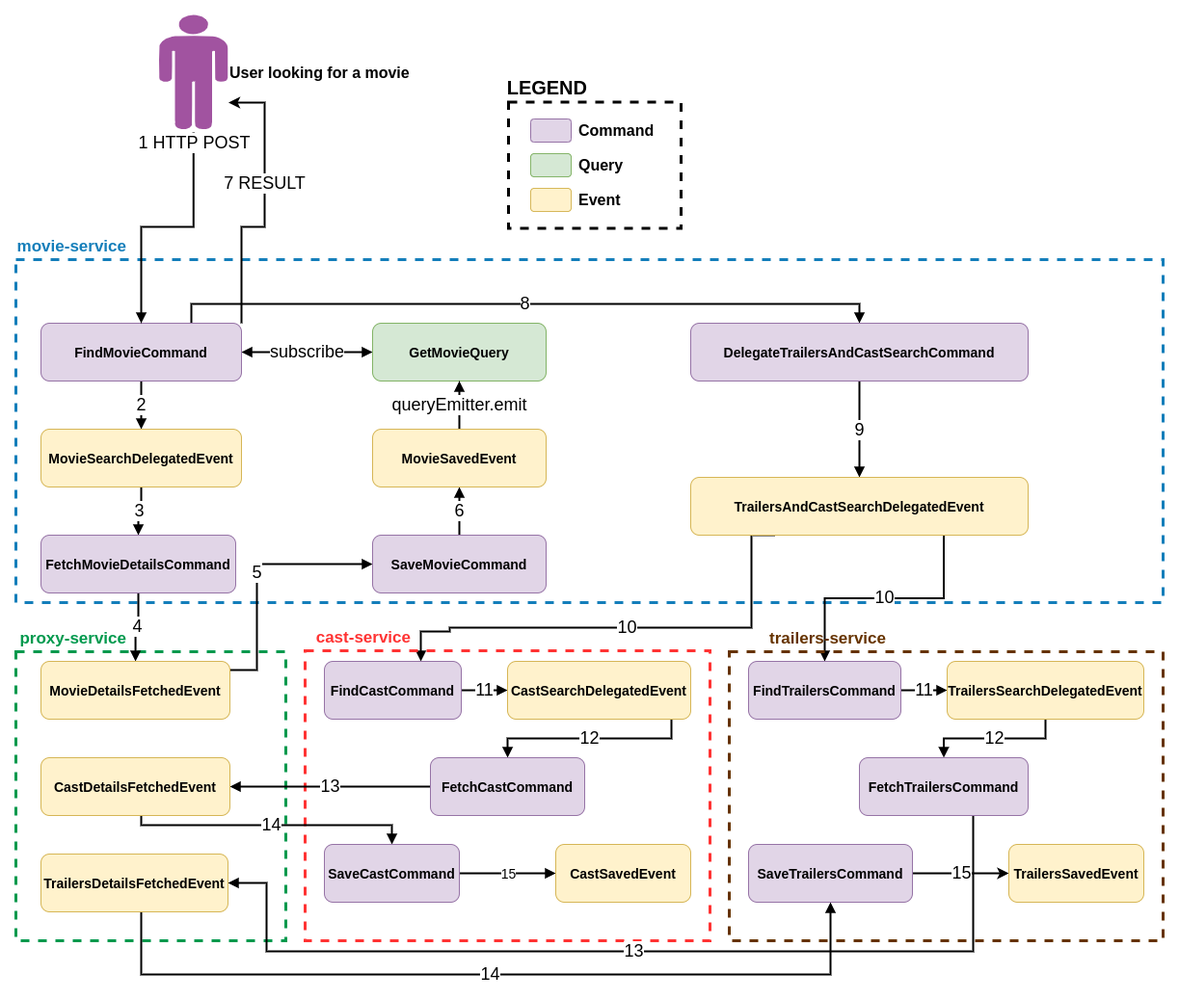
Consdata/consdata.github.io keeps this draw.io diagram as assets/img/posts/2020-05-11-microservices-on-axon/flowchart.png. Above is the earlier version. Source tidied: cells renumbered, new cells last; positions are measured from the earlier drawing's top-left corner, leaving out a move shared by most shapes.
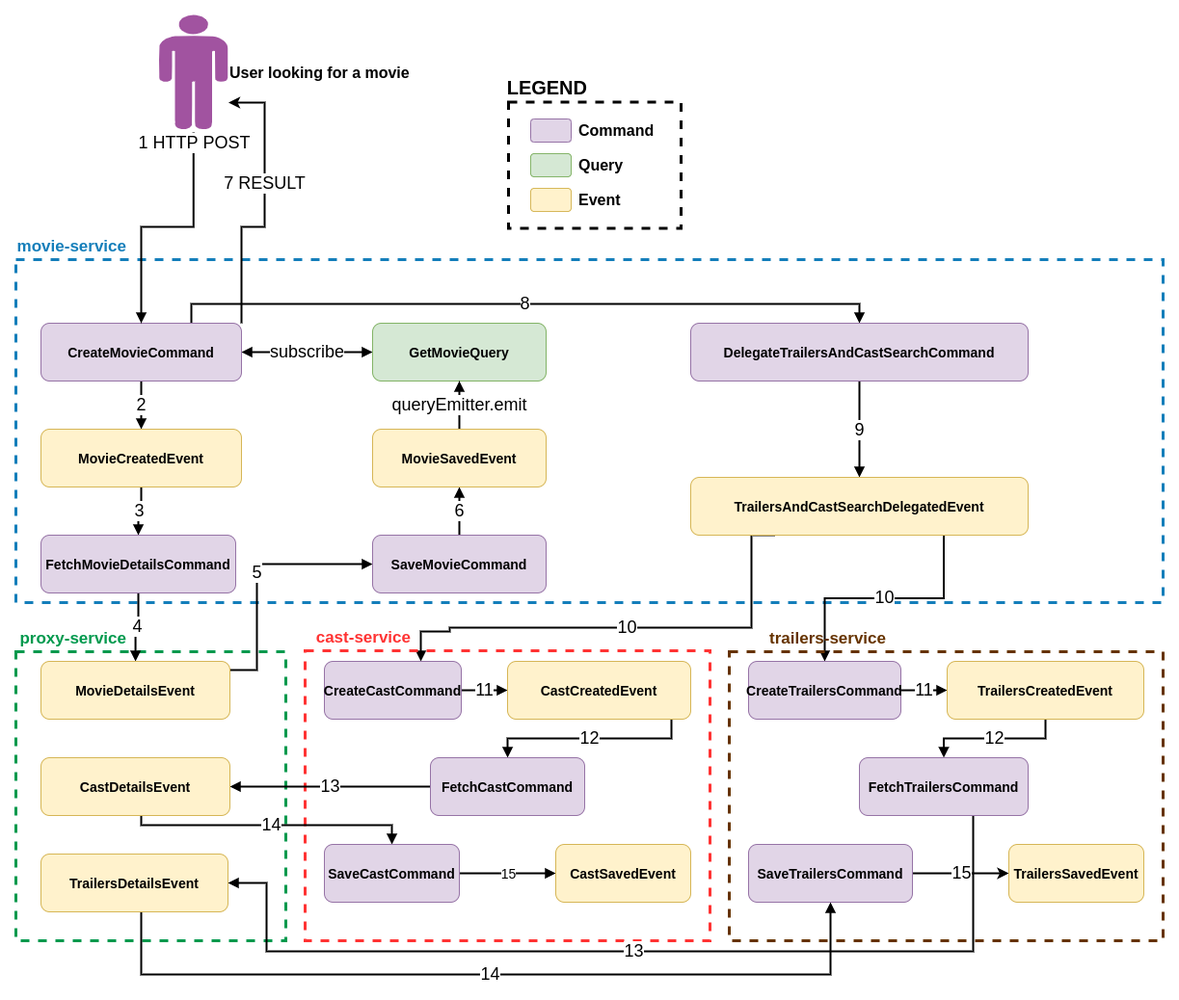
The same diagram one commit later.

Commit message:
Poprawiona wersja diagramu

Diff of the diagram source:
```diff
@@ -29,7 +29,7 @@
         </Array>
       </mxGeometry>
     </mxCell>
-    <mxCell id="9" value="FindMovieCommand" style="rounded=1;whiteSpace=wrap;html=1;fontSize=14;glass=0;strokeWidth=1;shadow=0;fillColor=#e1d5e7;strokeColor=#9673a6;fontStyle=1;" parent="1" vertex="1">
+    <mxCell id="9" value="CreateMovieCommand" style="rounded=1;whiteSpace=wrap;html=1;fontSize=14;glass=0;strokeWidth=1;shadow=0;fillColor=#e1d5e7;strokeColor=#9673a6;fontStyle=1;" parent="1" vertex="1">
       <mxGeometry x="26" y="320" width="208" height="60" as="geometry" />
     </mxCell>
     <mxCell id="10" style="edgeStyle=orthogonalEdgeStyle;rounded=0;jettySize=auto;html=1;entryX=0.5;entryY=0;entryDx=0;entryDy=0;endArrow=block;endFill=1;exitX=0.504;exitY=1.017;exitDx=0;exitDy=0;exitPerimeter=0;strokeWidth=2;fontSize=12;" parent="1" edge="1" source="52" target="9">
@@ -46,7 +46,7 @@
     <mxCell id="13" value="3" style="edgeStyle=orthogonalEdgeStyle;rounded=0;jettySize=auto;html=1;startArrow=none;startFill=0;endArrow=block;endFill=1;fontSize=18;strokeWidth=2;" parent="1" edge="1" source="14" target="16">
       <mxGeometry relative="1" as="geometry" />
     </mxCell>
-    <mxCell id="14" value="MovieSearchDelegatedEvent" style="rounded=1;whiteSpace=wrap;html=1;fontSize=14;glass=0;strokeWidth=1;shadow=0;fillColor=#fff2cc;strokeColor=#d6b656;fontStyle=1;" parent="1" vertex="1">
+    <mxCell id="14" value="MovieCreatedEvent" style="rounded=1;whiteSpace=wrap;html=1;fontSize=14;glass=0;strokeWidth=1;shadow=0;fillColor=#fff2cc;strokeColor=#d6b656;fontStyle=1;" parent="1" vertex="1">
       <mxGeometry x="26" y="430" width="208" height="60" as="geometry" />
     </mxCell>
     <mxCell id="15" value="4" style="edgeStyle=orthogonalEdgeStyle;rounded=0;jettySize=auto;html=1;startArrow=none;startFill=0;endArrow=block;endFill=1;fontSize=18;strokeWidth=2;" parent="1" edge="1" source="16" target="18">
@@ -63,7 +63,7 @@
         </Array>
       </mxGeometry>
     </mxCell>
-    <mxCell id="18" value="MovieDetailsFetchedEvent" style="rounded=1;whiteSpace=wrap;html=1;fontSize=14;glass=0;strokeWidth=1;shadow=0;fillColor=#fff2cc;strokeColor=#d6b656;fontStyle=1;" parent="1" vertex="1">
+    <mxCell id="18" value="MovieDetailsEvent" style="rounded=1;whiteSpace=wrap;html=1;fontSize=14;glass=0;strokeWidth=1;shadow=0;fillColor=#fff2cc;strokeColor=#d6b656;fontStyle=1;" parent="1" vertex="1">
       <mxGeometry x="26" y="671" width="196" height="60" as="geometry" />
     </mxCell>
     <mxCell id="19" value="6" style="edgeStyle=orthogonalEdgeStyle;rounded=0;jettySize=auto;html=1;entryX=0.5;entryY=1;entryDx=0;entryDy=0;startArrow=none;startFill=0;endArrow=block;endFill=1;fontSize=18;fontColor=#000000;strokeWidth=2;" parent="1" edge="1" source="20" target="22">
@@ -109,13 +109,13 @@
     <mxCell id="30" value="11" style="edgeStyle=orthogonalEdgeStyle;rounded=0;jettySize=auto;html=1;startArrow=none;startFill=0;endArrow=block;endFill=1;fontSize=18;fontColor=#000000;strokeWidth=2;" parent="1" edge="1" source="31" target="37">
       <mxGeometry relative="1" as="geometry" />
     </mxCell>
-    <mxCell id="31" value="FindTrailersCommand" style="rounded=1;whiteSpace=wrap;html=1;fontSize=14;glass=0;strokeWidth=1;shadow=0;fillColor=#e1d5e7;strokeColor=#9673a6;fontStyle=1;" parent="1" vertex="1">
+    <mxCell id="31" value="CreateTrailersCommand" style="rounded=1;whiteSpace=wrap;html=1;fontSize=14;glass=0;strokeWidth=1;shadow=0;fillColor=#e1d5e7;strokeColor=#9673a6;fontStyle=1;" parent="1" vertex="1">
       <mxGeometry x="760" y="671" width="158" height="60" as="geometry" />
     </mxCell>
     <mxCell id="32" value="11" style="edgeStyle=orthogonalEdgeStyle;rounded=0;jettySize=auto;html=1;startArrow=none;startFill=0;endArrow=block;endFill=1;fontSize=18;fontColor=#000000;strokeWidth=2;" parent="1" edge="1" source="33" target="35">
       <mxGeometry relative="1" as="geometry" />
     </mxCell>
-    <mxCell id="33" value="FindCastCommand" style="rounded=1;whiteSpace=wrap;html=1;fontSize=14;glass=0;strokeWidth=1;shadow=0;fillColor=#e1d5e7;strokeColor=#9673a6;fontStyle=1;" parent="1" vertex="1">
+    <mxCell id="33" value="CreateCastCommand" style="rounded=1;whiteSpace=wrap;html=1;fontSize=14;glass=0;strokeWidth=1;shadow=0;fillColor=#e1d5e7;strokeColor=#9673a6;fontStyle=1;" parent="1" vertex="1">
       <mxGeometry x="320" y="671" width="142" height="60" as="geometry" />
     </mxCell>
     <mxCell id="34" value="12" style="edgeStyle=orthogonalEdgeStyle;rounded=0;jettySize=auto;html=1;startArrow=none;startFill=0;endArrow=block;endFill=1;fontSize=18;fontColor=#000000;strokeWidth=2;" parent="1" edge="1" source="35" target="39">
@@ -126,13 +126,13 @@
         </Array>
       </mxGeometry>
     </mxCell>
-    <mxCell id="35" value="CastSearchDelegatedEvent" style="rounded=1;whiteSpace=wrap;html=1;fontSize=14;glass=0;strokeWidth=1;shadow=0;fillColor=#fff2cc;strokeColor=#d6b656;fontStyle=1;" parent="1" vertex="1">
+    <mxCell id="35" value="CastCreatedEvent" style="rounded=1;whiteSpace=wrap;html=1;fontSize=14;glass=0;strokeWidth=1;shadow=0;fillColor=#fff2cc;strokeColor=#d6b656;fontStyle=1;" parent="1" vertex="1">
       <mxGeometry x="510" y="671" width="190" height="60" as="geometry" />
     </mxCell>
     <mxCell id="36" value="12" style="edgeStyle=orthogonalEdgeStyle;rounded=0;jettySize=auto;html=1;startArrow=none;startFill=0;endArrow=block;endFill=1;fontSize=18;fontColor=#000000;strokeWidth=2;" parent="1" edge="1" source="37" target="41">
       <mxGeometry relative="1" as="geometry" />
     </mxCell>
-    <mxCell id="37" value="TrailersSearchDelegatedEvent" style="rounded=1;whiteSpace=wrap;html=1;fontSize=14;glass=0;strokeWidth=1;shadow=0;fillColor=#fff2cc;strokeColor=#d6b656;fontStyle=1;" parent="1" vertex="1">
+    <mxCell id="37" value="TrailersCreatedEvent" style="rounded=1;whiteSpace=wrap;html=1;fontSize=14;glass=0;strokeWidth=1;shadow=0;fillColor=#fff2cc;strokeColor=#d6b656;fontStyle=1;" parent="1" vertex="1">
       <mxGeometry x="966" y="671" width="204" height="60" as="geometry" />
     </mxCell>
     <mxCell id="38" value="13" style="edgeStyle=orthogonalEdgeStyle;rounded=0;jettySize=auto;html=1;entryX=1;entryY=0.5;entryDx=0;entryDy=0;startArrow=none;startFill=0;endArrow=block;endFill=1;fontSize=18;fontColor=#000000;strokeWidth=2;" parent="1" edge="1" source="39" target="43">
@@ -166,7 +166,7 @@
         </Array>
       </mxGeometry>
     </mxCell>
-    <mxCell id="43" value="CastDetailsFetchedEvent" style="rounded=1;whiteSpace=wrap;html=1;fontSize=14;glass=0;strokeWidth=1;shadow=0;fillColor=#fff2cc;strokeColor=#d6b656;fontStyle=1;" parent="1" vertex="1">
+    <mxCell id="43" value="CastDetailsEvent" style="rounded=1;whiteSpace=wrap;html=1;fontSize=14;glass=0;strokeWidth=1;shadow=0;fillColor=#fff2cc;strokeColor=#d6b656;fontStyle=1;" parent="1" vertex="1">
       <mxGeometry x="26" y="771" width="196" height="60" as="geometry" />
     </mxCell>
     <mxCell id="44" value="14" style="edgeStyle=orthogonalEdgeStyle;rounded=0;jettySize=auto;html=1;entryX=0.5;entryY=1;entryDx=0;entryDy=0;startArrow=none;startFill=0;endArrow=block;endFill=1;fontSize=18;fontColor=#000000;strokeWidth=2;" parent="1" edge="1" source="45" target="50">
@@ -177,7 +177,7 @@
         </Array>
       </mxGeometry>
     </mxCell>
-    <mxCell id="45" value="TrailersDetailsFetchedEvent" style="rounded=1;whiteSpace=wrap;html=1;fontSize=14;glass=0;strokeWidth=1;shadow=0;fillColor=#fff2cc;strokeColor=#d6b656;fontStyle=1;" parent="1" vertex="1">
+    <mxCell id="45" value="TrailersDetailsEvent" style="rounded=1;whiteSpace=wrap;html=1;fontSize=14;glass=0;strokeWidth=1;shadow=0;fillColor=#fff2cc;strokeColor=#d6b656;fontStyle=1;" parent="1" vertex="1">
       <mxGeometry x="26" y="871" width="194" height="60" as="geometry" />
     </mxCell>
     <mxCell id="46" value="15" style="edgeStyle=orthogonalEdgeStyle;rounded=0;jettySize=auto;html=1;startArrow=none;startFill=0;endArrow=block;endFill=1;fontSize=14;fontColor=#000000;strokeWidth=2;" parent="1" edge="1" source="47" target="48">
```
